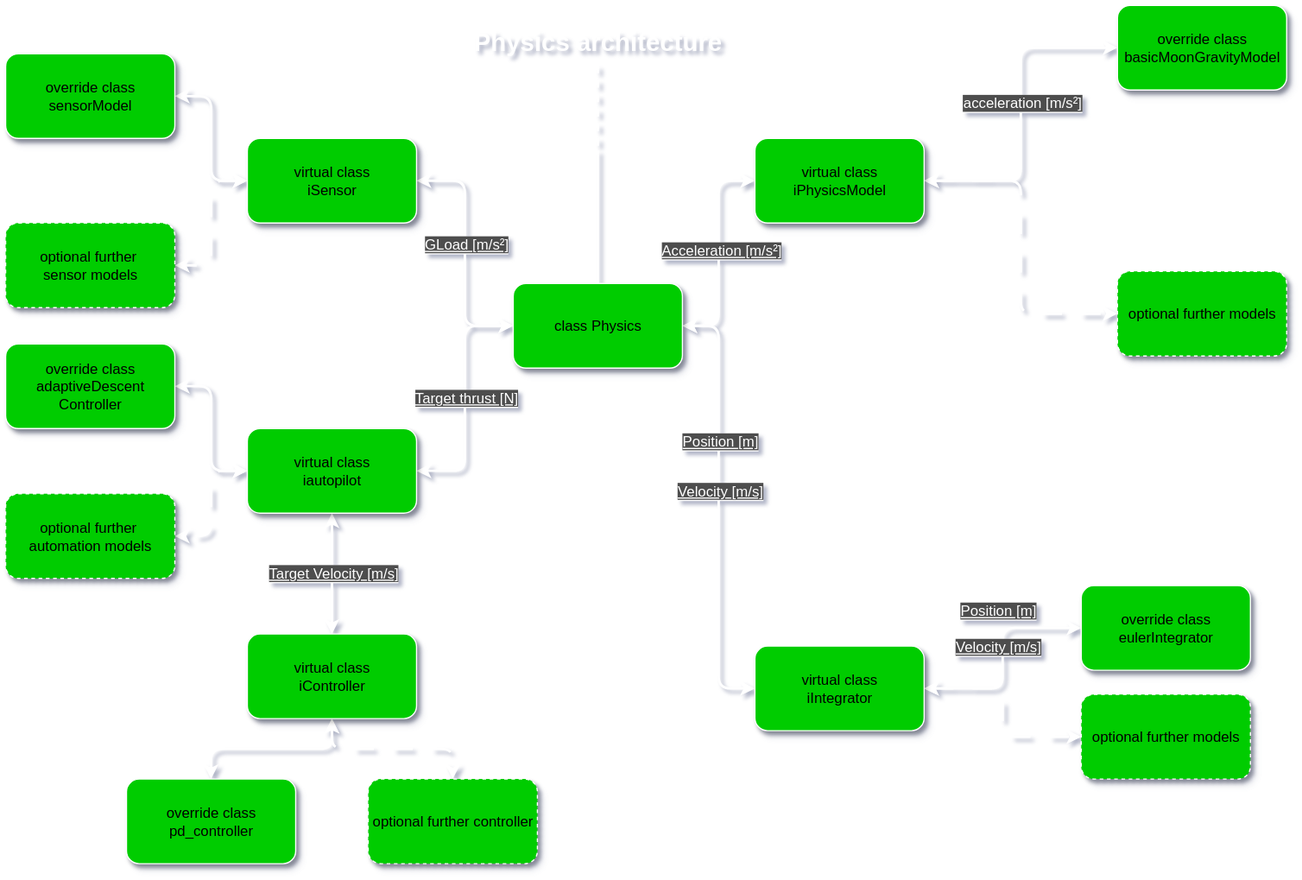
Above: img/architecture/physicsStructure.drawio.svg in gerd-lrt-dev/aerospace-simulation (draw.io), before the change. Source tidied: cells renumbered, new cells last; positions are measured from the earlier drawing's top-left corner, leaving out a move shared by most shapes.
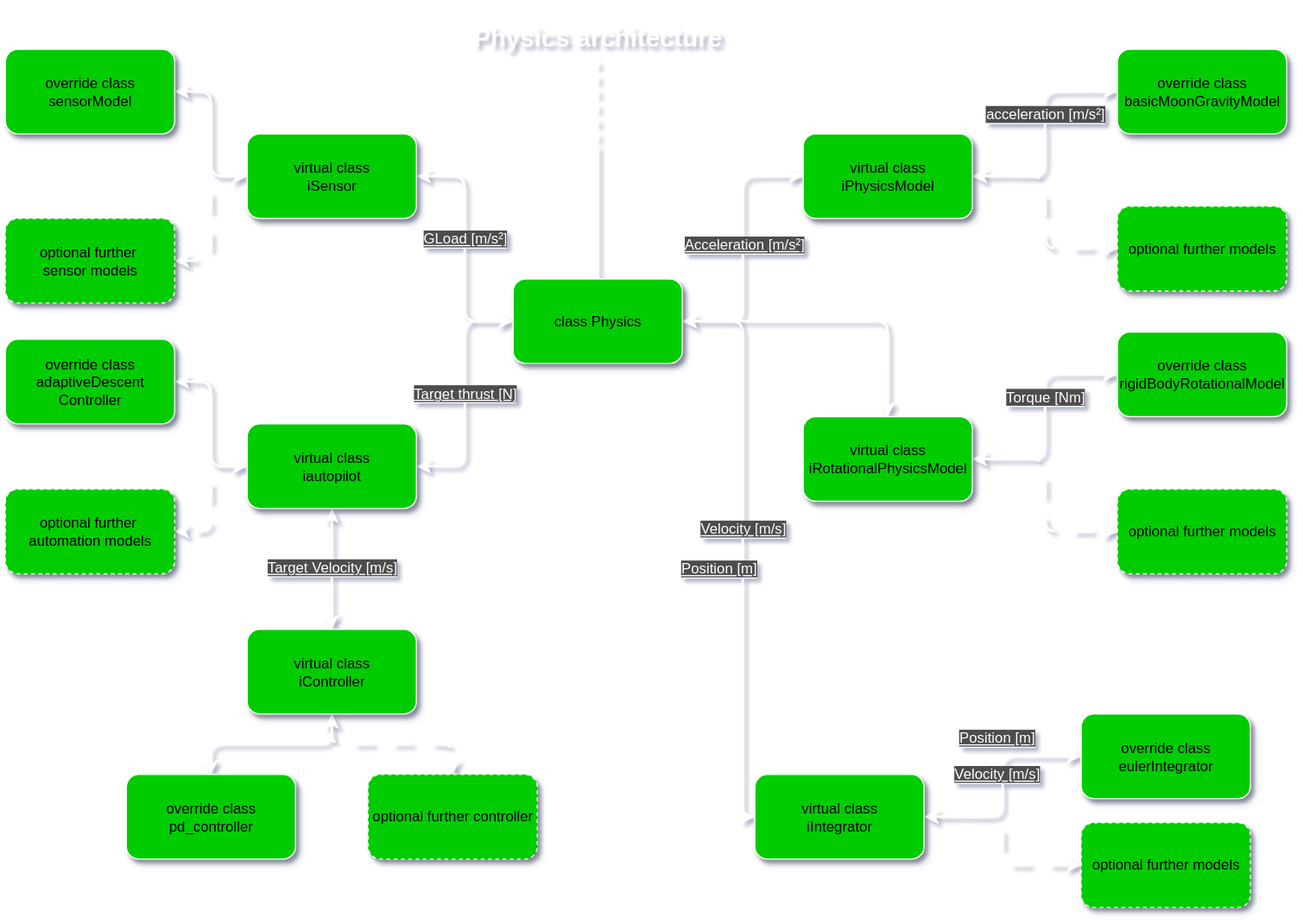
Later version of the same file.

What changed in the source:
```diff
@@ -15,7 +15,12 @@
       <mxGeometry x="0.03" y="-1" relative="1" as="geometry" />
     </mxCell>
     <mxCell id="6" style="edgeStyle=orthogonalEdgeStyle;rounded=1;jettySize=auto;html=1;exitX=1;exitY=0.5;exitDx=0;exitDy=0;entryX=0;entryY=0.5;entryDx=0;entryDy=0;curved=0;strokeColor=#FFFFFF;startArrow=classic;startFill=1;strokeWidth=2;" parent="1" edge="1" source="10" target="20">
-      <mxGeometry relative="1" as="geometry" />
+      <mxGeometry relative="1" as="geometry">
+        <Array as="points">
+          <mxPoint x="610" y="265" />
+          <mxPoint x="610" y="675" />
+        </Array>
+      </mxGeometry>
     </mxCell>
     <mxCell id="7" value="&lt;font style=&quot;color: rgb(255, 255, 255); background-color: rgb(77, 77, 77);&quot;&gt;&lt;u&gt;Velocity [m/s]&lt;/u&gt;&lt;/font&gt;" style="edgeLabel;html=1;align=center;verticalAlign=middle;fontSize=12;" parent="6" vertex="1">
       <mxGeometry x="0.01" relative="1" as="geometry">
@@ -28,6 +33,9 @@
     <mxCell id="9" value="&lt;font style=&quot;color: rgb(255, 255, 255); background-color: rgb(77, 77, 77);&quot;&gt;&lt;u&gt;Target thrust [N]&lt;/u&gt;&lt;/font&gt;" style="edgeLabel;html=1;align=center;verticalAlign=middle;fontSize=12;" parent="8" vertex="1">
       <mxGeometry x="-0.01" relative="1" as="geometry" />
     </mxCell>
+    <mxCell id="45" style="edgeStyle=orthogonalEdgeStyle;rounded=1;jettySize=auto;html=1;exitX=1;exitY=0.5;exitDx=0;exitDy=0;entryX=0.5;entryY=0;entryDx=0;entryDy=0;strokeColor=#FFFFFF;strokeWidth=2;align=center;verticalAlign=middle;fontFamily=Helvetica;fontSize=11;fontColor=default;labelBackgroundColor=default;startArrow=classic;startFill=1;endArrow=classic;curved=0;endFill=1;" parent="1" edge="1" source="10" target="49">
+      <mxGeometry relative="1" as="geometry" />
+    </mxCell>
     <mxCell id="10" value="class Physics" style="rounded=1;whiteSpace=wrap;html=1;strokeColor=#FFFFFF;fillColor=#00CC00;shadow=1;" parent="1" vertex="1">
       <mxGeometry x="420" y="230" width="140" height="70" as="geometry" />
     </mxCell>
@@ -54,10 +62,10 @@
       <mxGeometry relative="1" as="geometry" />
     </mxCell>
     <mxCell id="16" value="virtual class&lt;div&gt;iPhysicsModel&lt;/div&gt;" style="rounded=1;whiteSpace=wrap;html=1;strokeColor=#FFFFFF;fillColor=#00CC00;shadow=1;" parent="1" vertex="1">
-      <mxGeometry x="620" y="110" width="140" height="70" as="geometry" />
+      <mxGeometry x="660" y="110" width="140" height="70" as="geometry" />
     </mxCell>
     <mxCell id="17" value="override class&lt;div&gt;basicMoonGravityModel&lt;/div&gt;" style="rounded=1;whiteSpace=wrap;html=1;strokeColor=#FFFFFF;fillColor=#00CC00;shadow=1;" parent="1" vertex="1">
-      <mxGeometry x="920" width="140" height="70" as="geometry" />
+      <mxGeometry x="920" y="40" width="140" height="70" as="geometry" />
     </mxCell>
     <mxCell id="18" style="edgeStyle=orthogonalEdgeStyle;rounded=1;jettySize=auto;html=1;exitX=1;exitY=0.5;exitDx=0;exitDy=0;entryX=0;entryY=0.5;entryDx=0;entryDy=0;strokeColor=#FFFFFF;curved=0;startArrow=classic;startFill=1;strokeWidth=2;" parent="1" edge="1" source="20" target="21">
       <mxGeometry relative="1" as="geometry" />
@@ -66,16 +74,16 @@
       <mxGeometry relative="1" as="geometry" />
     </mxCell>
     <mxCell id="20" value="virtual class&lt;div&gt;iIntegrator&lt;/div&gt;" style="rounded=1;whiteSpace=wrap;html=1;strokeColor=#FFFFFF;fillColor=#00CC00;shadow=1;" parent="1" vertex="1">
-      <mxGeometry x="620" y="530" width="140" height="70" as="geometry" />
+      <mxGeometry x="620" y="640" width="140" height="70" as="geometry" />
     </mxCell>
     <mxCell id="21" value="override class&lt;div&gt;eulerIntegrator&lt;/div&gt;" style="rounded=1;whiteSpace=wrap;html=1;strokeColor=#FFFFFF;fillColor=#00CC00;shadow=1;" parent="1" vertex="1">
-      <mxGeometry x="890" y="480" width="140" height="70" as="geometry" />
+      <mxGeometry x="890" y="590" width="140" height="70" as="geometry" />
     </mxCell>
     <mxCell id="22" value="optional further models" style="rounded=1;whiteSpace=wrap;html=1;strokeColor=#FFFFFF;fillColor=#00CC00;shadow=1;dashed=1;" parent="1" vertex="1">
-      <mxGeometry x="920" y="220" width="140" height="70" as="geometry" />
+      <mxGeometry x="920" y="170" width="140" height="70" as="geometry" />
     </mxCell>
     <mxCell id="23" value="optional further models" style="rounded=1;whiteSpace=wrap;html=1;strokeColor=#FFFFFF;fillColor=#00CC00;shadow=1;dashed=1;" parent="1" vertex="1">
-      <mxGeometry x="890" y="570" width="140" height="70" as="geometry" />
+      <mxGeometry x="890" y="680" width="140" height="70" as="geometry" />
     </mxCell>
     <mxCell id="24" style="edgeStyle=orthogonalEdgeStyle;rounded=1;jettySize=auto;html=1;exitX=0.5;exitY=1;exitDx=0;exitDy=0;entryX=0.5;entryY=0;entryDx=0;entryDy=0;strokeColor=#FFFFFF;curved=0;startArrow=classic;startFill=1;dashed=1;dashPattern=8 8;strokeWidth=2;" parent="1" edge="1" source="26" target="28">
       <mxGeometry relative="1" as="geometry" />
@@ -132,13 +140,33 @@
       <mxGeometry x="360" width="260" height="60" as="geometry" />
     </mxCell>
     <mxCell id="42" value="&lt;font style=&quot;color: rgb(255, 255, 255); background-color: rgb(77, 77, 77);&quot;&gt;&lt;u&gt;Position [m]&lt;/u&gt;&lt;/font&gt;" style="edgeLabel;html=1;align=center;verticalAlign=middle;fontSize=12;" parent="1" vertex="1">
-      <mxGeometry x="590" y="360" as="geometry" />
+      <mxGeometry x="590" y="470" as="geometry" />
     </mxCell>
     <mxCell id="43" value="&lt;font style=&quot;color: rgb(255, 255, 255); background-color: rgb(77, 77, 77);&quot;&gt;&lt;u&gt;Velocity [m/s]&lt;/u&gt;&lt;/font&gt;" style="edgeLabel;html=1;align=center;verticalAlign=middle;fontSize=12;" parent="1" vertex="1">
-      <mxGeometry x="820" y="530" as="geometry" />
+      <mxGeometry x="820" y="640" as="geometry" />
     </mxCell>
     <mxCell id="44" value="&lt;font style=&quot;color: rgb(255, 255, 255); background-color: rgb(77, 77, 77);&quot;&gt;&lt;u&gt;Position [m]&lt;/u&gt;&lt;/font&gt;" style="edgeLabel;html=1;align=center;verticalAlign=middle;fontSize=12;" parent="1" vertex="1">
-      <mxGeometry x="820" y="500" as="geometry" />
+      <mxGeometry x="820" y="610" as="geometry" />
     </mxCell>
+    <mxCell id="46" style="edgeStyle=orthogonalEdgeStyle;rounded=1;jettySize=auto;html=1;exitX=1;exitY=0.5;exitDx=0;exitDy=0;entryX=0;entryY=0.5;entryDx=0;entryDy=0;strokeColor=#FFFFFF;curved=0;startArrow=classic;startFill=1;strokeWidth=2;" parent="1" edge="1" source="49" target="50">
+      <mxGeometry relative="1" as="geometry" />
+    </mxCell>
+    <mxCell id="47" value="&lt;font style=&quot;color: rgb(255, 255, 255); background-color: rgb(77, 77, 77);&quot;&gt;Torque [Nm]&lt;/font&gt;" style="edgeLabel;html=1;align=center;verticalAlign=middle;fontSize=12;" parent="46" vertex="1">
+      <mxGeometry x="-0.17" y="-2" relative="1" as="geometry">
+        <mxPoint x="-2" y="-33" as="offset" />
+      </mxGeometry>
+    </mxCell>
+    <mxCell id="48" style="edgeStyle=orthogonalEdgeStyle;rounded=1;jettySize=auto;html=1;exitX=1;exitY=0.5;exitDx=0;exitDy=0;entryX=0;entryY=0.5;entryDx=0;entryDy=0;strokeColor=#FFFFFF;curved=0;startArrow=classic;startFill=1;dashed=1;dashPattern=8 8;strokeWidth=2;" parent="1" edge="1" source="49" target="51">
+      <mxGeometry relative="1" as="geometry" />
+    </mxCell>
+    <mxCell id="49" value="virtual class&lt;div&gt;iRotationalPhysicsModel&lt;/div&gt;" style="rounded=1;whiteSpace=wrap;html=1;strokeColor=#FFFFFF;fillColor=#00CC00;shadow=1;" parent="1" vertex="1">
+      <mxGeometry x="660" y="344" width="140" height="70" as="geometry" />
+    </mxCell>
+    <mxCell id="50" value="override class&lt;div&gt;rigidBodyRotationalModel&lt;/div&gt;" style="rounded=1;whiteSpace=wrap;html=1;strokeColor=#FFFFFF;fillColor=#00CC00;shadow=1;" parent="1" vertex="1">
+      <mxGeometry x="920" y="274" width="140" height="70" as="geometry" />
+    </mxCell>
+    <mxCell id="51" value="optional further models" style="rounded=1;whiteSpace=wrap;html=1;strokeColor=#FFFFFF;fillColor=#00CC00;shadow=1;dashed=1;" parent="1" vertex="1">
+      <mxGeometry x="920" y="404" width="140" height="70" as="geometry" />
+    </mxCell>
   </root>
 </mxGraphModel>
```
